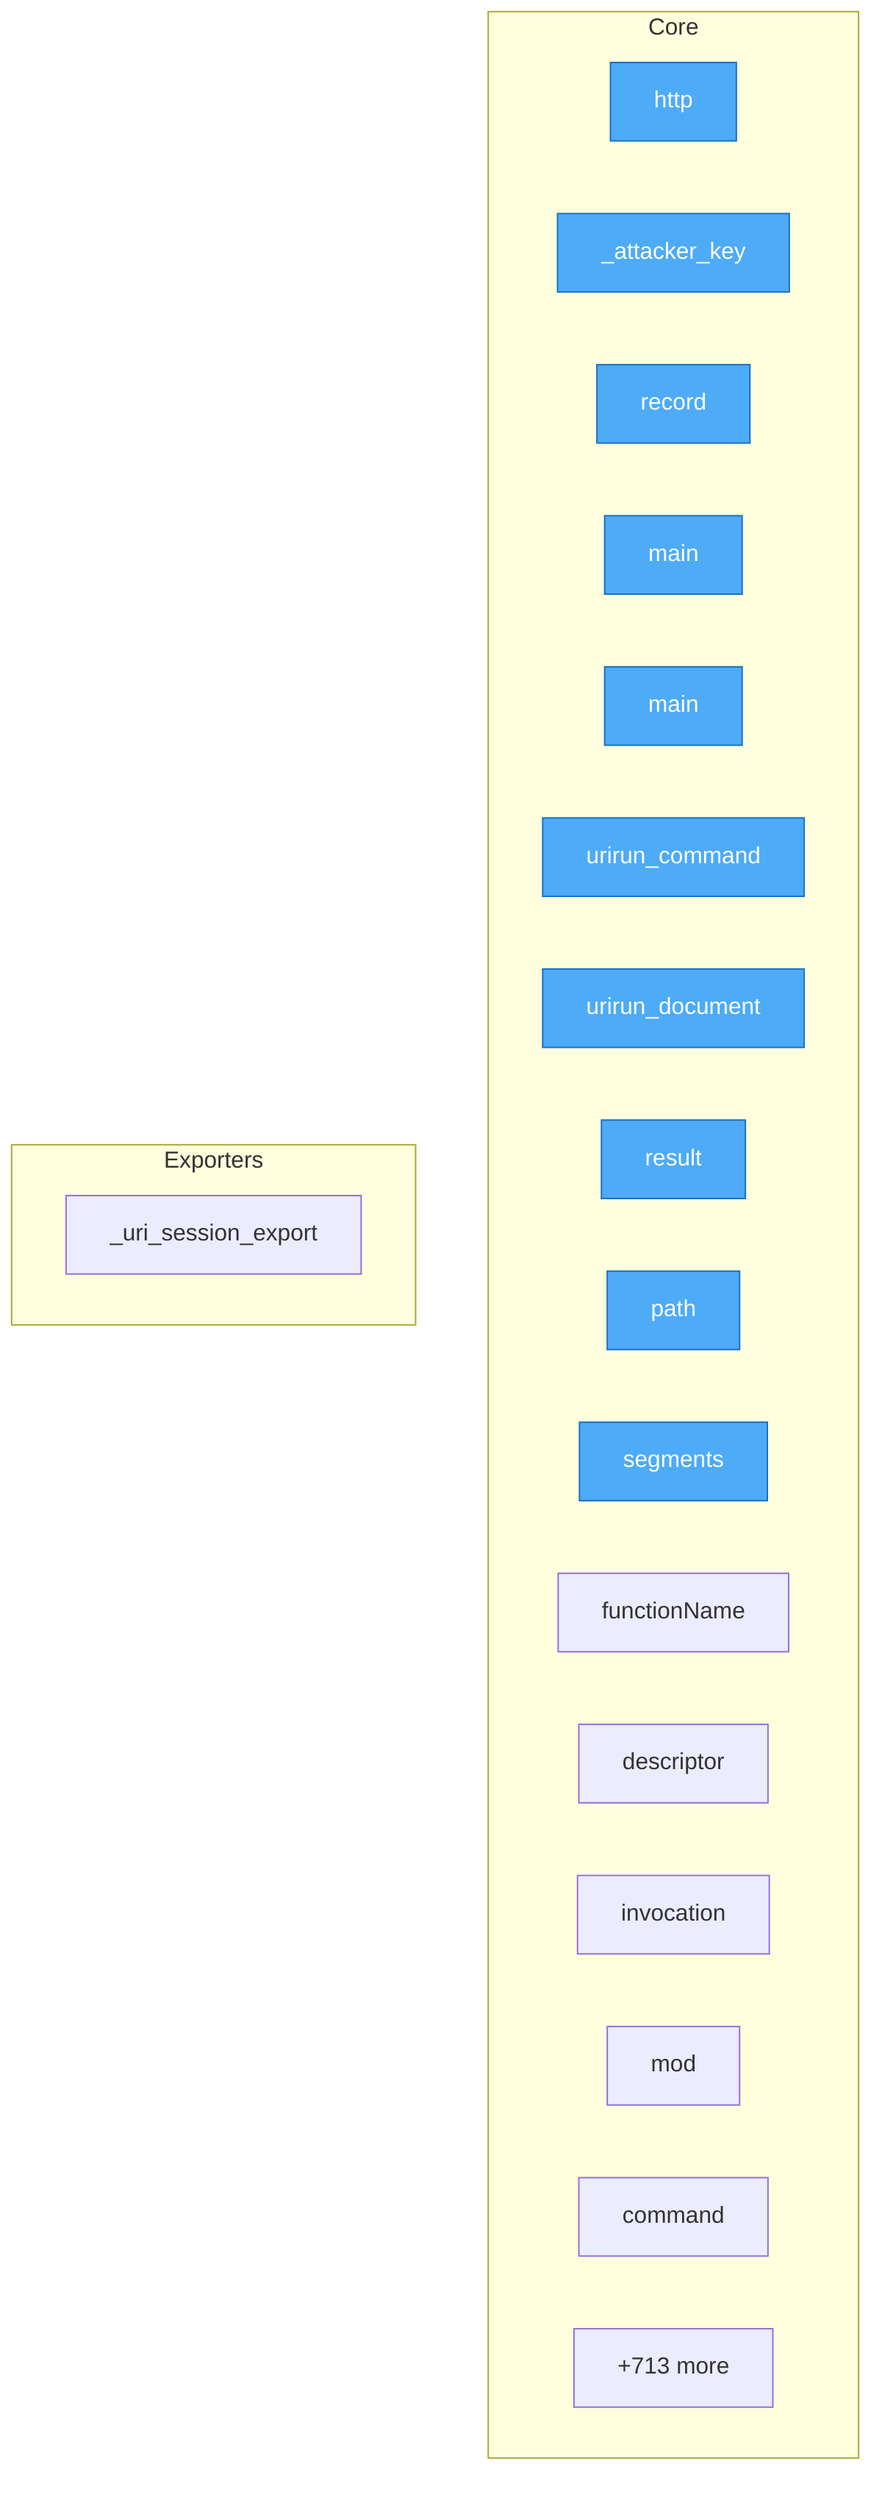
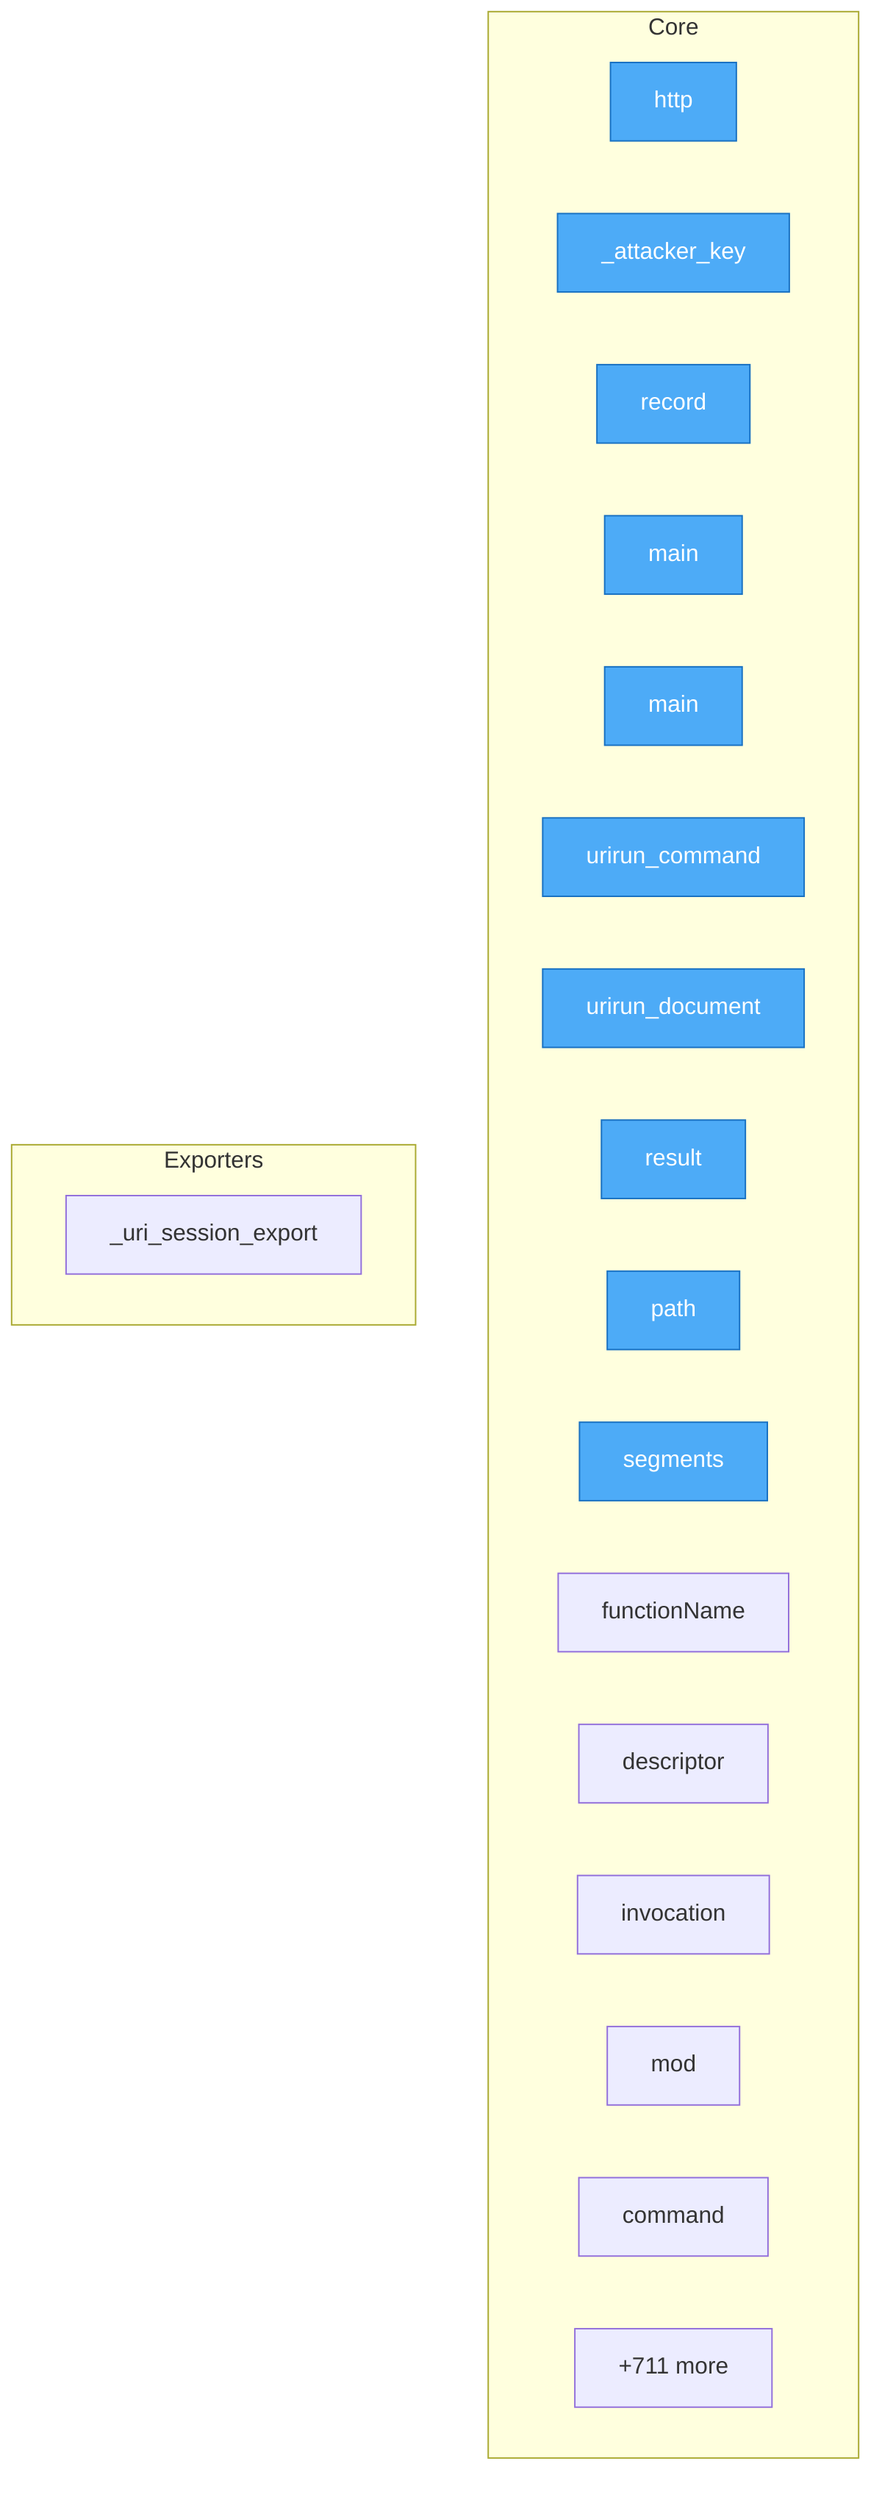
flowchart TD
- %% generated in 0.05s
+ %% generated in 0.04s

    %% Entry points (blue)
    classDef entry fill:#4dabf7,stroke:#1971c2,color:#fff

    subgraph Core
        security__mesh_probe__probe__http["http"]
        security__mesh_probe__probe___attacker_key["_attacker_key"]
        security__mesh_probe__probe__record["record"]
        adapters__conformance__main["main"]
        adapters__new_connector__main["main"]
        adapters__bash__urirun__urirun_command["urirun_command"]
        adapters__bash__urirun__urirun_document["urirun_document"]
        adapters__js__index__test__result["result"]
        adapters__js__path["path"]
        adapters__js__segments["segments"]
        adapters__js__functionName["functionName"]
        adapters__js__descriptor["descriptor"]
        adapters__js__invocation["invocation"]
        adapters__js__mod["mod"]
        adapters__java__Urirun__Urirun__command["command"]
-         ...["+713 more"]
+         ...["+711 more"]
    end

    subgraph Exporters
-         adapters__python__urirun_node__skill___uri_session_export["_uri_session_export"]
+         adapters__python__urirun__node__skill___uri_session_export["_uri_session_export"]
    end

    class security__mesh_probe__probe__http,security__mesh_probe__probe___attacker_key,security__mesh_probe__probe__record,adapters__conformance__main,adapters__new_connector__main,adapters__bash__urirun__urirun_command,adapters__bash__urirun__urirun_document,adapters__js__index__test__result,adapters__js__path,adapters__js__segments entry
